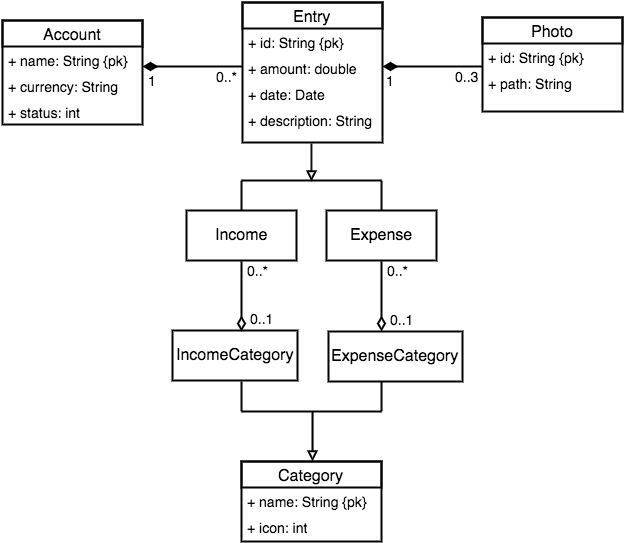
Earlier version of the draw.io export imagenes/class_diagram_mobile.png (susana1710/libro-pasantia). Source tidied: cells renumbered, new cells last; positions are measured from the earlier drawing's top-left corner, leaving out a move shared by most shapes.
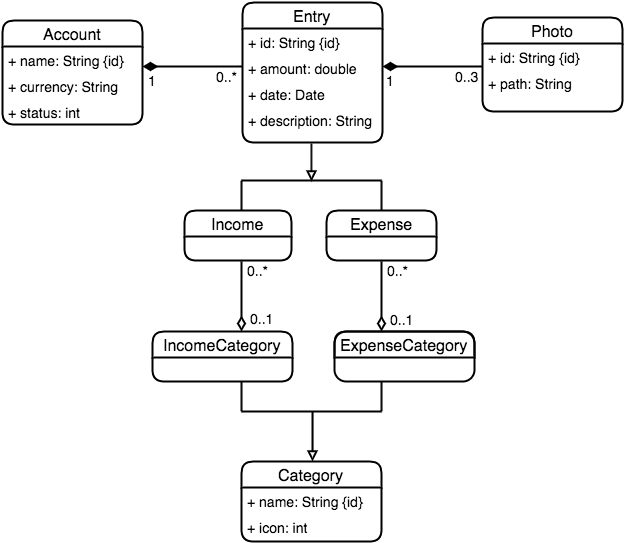
The same file after the commit.

What changed in the source:
```diff
@@ -2,174 +2,174 @@
   <root>
     <mxCell id="0" />
     <mxCell id="1" parent="0" />
-    <mxCell id="2" value="&lt;font style=&quot;font-size: 16px&quot;&gt;Account&lt;/font&gt;" style="swimlane;html=1;fontStyle=0;horizontal=1;startSize=26;swimlaneFillColor=#ffffff;rounded=0;strokeWidth=2;plain-blue;strokeColor=#000000;fillColor=none;" parent="1" vertex="1">
-      <mxGeometry y="18" width="140" height="104" as="geometry" />
+    <mxCell id="2" value="&lt;font style=&quot;font-size: 16px&quot;&gt;Account&lt;/font&gt;" style="swimlane;html=1;fontStyle=0;horizontal=1;startSize=26;swimlaneFillColor=none;rounded=1;strokeWidth=2;plain-blue;strokeColor=#000000;fillColor=none;" parent="1" vertex="1">
+      <mxGeometry x="60" y="19" width="140" height="104" as="geometry" />
     </mxCell>
-    <mxCell id="3" value="&lt;font style=&quot;font-size: 14px&quot;&gt;+ name: String {pk}&lt;/font&gt;" style="text;html=1;strokeColor=none;fillColor=none;align=left;verticalAlign=top;spacingLeft=4;spacingRight=4;whiteSpace=wrap;overflow=hidden;" parent="2" vertex="1">
+    <mxCell id="3" value="&lt;font style=&quot;font-size: 14px&quot;&gt;+ name: String {id}&lt;/font&gt;" style="text;html=1;strokeColor=none;fillColor=none;align=left;verticalAlign=top;spacingLeft=4;spacingRight=4;whiteSpace=wrap;overflow=hidden;" parent="2" vertex="1">
       <mxGeometry y="26" width="140" height="26" as="geometry" />
     </mxCell>
     <mxCell id="4" value="&lt;font style=&quot;font-size: 14px&quot;&gt;+ currency: String&lt;/font&gt;" style="text;html=1;strokeColor=none;fillColor=none;align=left;verticalAlign=top;spacingLeft=4;spacingRight=4;whiteSpace=wrap;overflow=hidden;" parent="2" vertex="1">
       <mxGeometry y="52" width="140" height="26" as="geometry" />
     </mxCell>
+    <mxCell id="39" value="&lt;font style=&quot;font-size: 14px&quot;&gt;+ status: int&lt;/font&gt;" style="text;html=1;strokeColor=none;fillColor=none;align=left;verticalAlign=top;spacingLeft=4;spacingRight=4;whiteSpace=wrap;overflow=hidden;" parent="2" vertex="1">
+      <mxGeometry y="78" width="140" height="26" as="geometry" />
+    </mxCell>
-    <mxCell id="5" value="&lt;font style=&quot;font-size: 14px&quot;&gt;+ status: int&lt;/font&gt;" style="text;html=1;strokeColor=none;fillColor=none;align=left;verticalAlign=top;spacingLeft=4;spacingRight=4;whiteSpace=wrap;overflow=hidden;" parent="2" vertex="1">
-      <mxGeometry y="78" width="140" height="26" as="geometry" />
+    <mxCell id="5" value="&lt;font style=&quot;font-size: 16px&quot;&gt;Entry&lt;/font&gt;" style="swimlane;html=1;fontStyle=0;horizontal=1;startSize=26;swimlaneFillColor=none;rounded=1;strokeWidth=2;plain-blue;strokeColor=#000000;fillColor=none;" parent="1" vertex="1">
+      <mxGeometry x="300" y="1" width="140" height="140" as="geometry" />
     </mxCell>
+    <mxCell id="41" value="&lt;font style=&quot;font-size: 14px&quot;&gt;+ id: String {id}&lt;/font&gt;" style="text;html=1;strokeColor=none;fillColor=none;align=left;verticalAlign=top;spacingLeft=4;spacingRight=4;whiteSpace=wrap;overflow=hidden;" parent="5" vertex="1">
+      <mxGeometry y="26" width="140" height="26" as="geometry" />
+    </mxCell>
-    <mxCell id="6" value="&lt;font style=&quot;font-size: 16px&quot;&gt;Entry&lt;/font&gt;" style="swimlane;html=1;fontStyle=0;horizontal=1;startSize=26;swimlaneFillColor=#ffffff;rounded=0;strokeWidth=2;plain-blue;strokeColor=#000000;fillColor=none;" parent="1" vertex="1">
-      <mxGeometry x="240" width="140" height="140" as="geometry" />
+    <mxCell id="6" value="&lt;font style=&quot;font-size: 14px&quot;&gt;+ amount: double&lt;/font&gt;" style="text;html=1;strokeColor=none;fillColor=none;align=left;verticalAlign=top;spacingLeft=4;spacingRight=4;whiteSpace=wrap;overflow=hidden;" parent="5" vertex="1">
+      <mxGeometry y="52" width="140" height="26" as="geometry" />
     </mxCell>
-    <mxCell id="7" value="&lt;font style=&quot;font-size: 14px&quot;&gt;+ id: String {pk}&lt;/font&gt;" style="text;html=1;strokeColor=none;fillColor=none;align=left;verticalAlign=top;spacingLeft=4;spacingRight=4;whiteSpace=wrap;overflow=hidden;" parent="6" vertex="1">
-      <mxGeometry y="26" width="140" height="26" as="geometry" />
-    </mxCell>
+    <mxCell id="9" value="&lt;font style=&quot;font-size: 14px&quot;&gt;+ date: Date&lt;/font&gt;" style="text;html=1;strokeColor=none;fillColor=none;align=left;verticalAlign=top;spacingLeft=4;spacingRight=4;whiteSpace=wrap;overflow=hidden;" parent="5" vertex="1">
+      <mxGeometry y="78" width="140" height="26" as="geometry" />
+    </mxCell>
-    <mxCell id="8" value="&lt;font style=&quot;font-size: 14px&quot;&gt;+ amount: double&lt;/font&gt;" style="text;html=1;strokeColor=none;fillColor=none;align=left;verticalAlign=top;spacingLeft=4;spacingRight=4;whiteSpace=wrap;overflow=hidden;" parent="6" vertex="1">
-      <mxGeometry y="52" width="140" height="26" as="geometry" />
+    <mxCell id="8" value="&lt;font style=&quot;font-size: 14px&quot;&gt;+ description: String&lt;/font&gt;" style="text;html=1;strokeColor=none;fillColor=none;align=left;verticalAlign=top;spacingLeft=4;spacingRight=4;whiteSpace=wrap;overflow=hidden;" parent="5" vertex="1">
+      <mxGeometry y="104" width="140" height="26" as="geometry" />
     </mxCell>
-    <mxCell id="9" value="&lt;font style=&quot;font-size: 14px&quot;&gt;+ date: Date&lt;/font&gt;" style="text;html=1;strokeColor=none;fillColor=none;align=left;verticalAlign=top;spacingLeft=4;spacingRight=4;whiteSpace=wrap;overflow=hidden;" parent="6" vertex="1">
-      <mxGeometry y="78" width="140" height="26" as="geometry" />
-    </mxCell>
-    <mxCell id="10" value="&lt;font style=&quot;font-size: 14px&quot;&gt;+ description: String&lt;/font&gt;" style="text;html=1;strokeColor=none;fillColor=none;align=left;verticalAlign=top;spacingLeft=4;spacingRight=4;whiteSpace=wrap;overflow=hidden;" parent="6" vertex="1">
-      <mxGeometry y="104" width="140" height="26" as="geometry" />
-    </mxCell>
-    <mxCell id="11" value="&lt;font style=&quot;font-size: 16px&quot;&gt;Income&lt;/font&gt;" style="html=1;rounded=0;strokeWidth=2;plain-blue;strokeColor=#000000;fillColor=none;" parent="1" vertex="1">
-      <mxGeometry x="184" y="208" width="110" height="50" as="geometry" />
+    <mxCell id="11" value="&lt;font style=&quot;font-size: 16px&quot;&gt;Category&lt;/font&gt;" style="swimlane;html=1;fontStyle=0;horizontal=1;startSize=26;swimlaneFillColor=none;rounded=1;strokeWidth=2;plain-blue;strokeColor=#000000;fillColor=none;" parent="1" vertex="1">
+      <mxGeometry x="299" y="460" width="140" height="80" as="geometry" />
     </mxCell>
-    <mxCell id="12" value="&lt;font style=&quot;font-size: 16px&quot;&gt;Expense&lt;/font&gt;" style="html=1;rounded=0;strokeWidth=2;plain-blue;strokeColor=#000000;fillColor=none;" parent="1" vertex="1">
-      <mxGeometry x="324" y="208" width="110" height="50" as="geometry" />
+    <mxCell id="12" value="&lt;font style=&quot;font-size: 14px&quot;&gt;+ name: String {id}&lt;/font&gt;" style="text;html=1;strokeColor=none;fillColor=none;align=left;verticalAlign=top;spacingLeft=4;spacingRight=4;whiteSpace=wrap;overflow=hidden;" parent="11" vertex="1">
+      <mxGeometry y="26" width="140" height="26" as="geometry" />
     </mxCell>
-    <mxCell id="13" value="&lt;font style=&quot;font-size: 16px&quot;&gt;Category&lt;/font&gt;" style="swimlane;html=1;fontStyle=0;horizontal=1;startSize=26;swimlaneFillColor=#ffffff;rounded=0;strokeWidth=2;plain-blue;strokeColor=#000000;fillColor=none;" parent="1" vertex="1">
-      <mxGeometry x="239" y="459" width="140" height="80" as="geometry" />
+    <mxCell id="13" value="&lt;font style=&quot;font-size: 14px&quot;&gt;+ icon: int&lt;/font&gt;" style="text;html=1;strokeColor=none;fillColor=none;align=left;verticalAlign=top;spacingLeft=4;spacingRight=4;whiteSpace=wrap;overflow=hidden;" parent="11" vertex="1">
+      <mxGeometry y="52" width="140" height="26" as="geometry" />
     </mxCell>
-    <mxCell id="14" value="&lt;font style=&quot;font-size: 14px&quot;&gt;+ name: String {pk}&lt;/font&gt;" style="text;html=1;strokeColor=none;fillColor=none;align=left;verticalAlign=top;spacingLeft=4;spacingRight=4;whiteSpace=wrap;overflow=hidden;" parent="13" vertex="1">
-      <mxGeometry y="26" width="140" height="26" as="geometry" />
-    </mxCell>
-    <mxCell id="15" value="&lt;font style=&quot;font-size: 14px&quot;&gt;+ icon: int&lt;/font&gt;" style="text;html=1;strokeColor=none;fillColor=none;align=left;verticalAlign=top;spacingLeft=4;spacingRight=4;whiteSpace=wrap;overflow=hidden;" parent="13" vertex="1">
-      <mxGeometry y="52" width="140" height="26" as="geometry" />
-    </mxCell>
-    <mxCell id="16" value="&lt;font style=&quot;font-size: 16px&quot;&gt;IncomeCategory&lt;/font&gt;" style="html=1;rounded=0;strokeWidth=2;plain-blue;strokeColor=#000000;fillColor=none;" parent="1" vertex="1">
-      <mxGeometry x="170" y="328" width="125" height="50" as="geometry" />
+    <mxCell id="16" value="&lt;font style=&quot;font-size: 16px&quot;&gt;Photo&lt;/font&gt;" style="swimlane;html=1;fontStyle=0;horizontal=1;startSize=26;swimlaneFillColor=none;rounded=1;strokeWidth=2;plain-blue;strokeColor=#000000;fillColor=none;" parent="1" vertex="1">
+      <mxGeometry x="540" y="16" width="140" height="94" as="geometry" />
     </mxCell>
-    <mxCell id="17" value="&lt;font style=&quot;font-size: 16px&quot;&gt;ExpenseCategory&lt;/font&gt;" style="html=1;rounded=0;strokeWidth=2;plain-blue;strokeColor=#000000;fillColor=none;" parent="1" vertex="1">
-      <mxGeometry x="326" y="329" width="134" height="50" as="geometry" />
-    </mxCell>
-    <mxCell id="18" value="&lt;font style=&quot;font-size: 16px&quot;&gt;Photo&lt;/font&gt;" style="swimlane;html=1;fontStyle=0;horizontal=1;startSize=26;swimlaneFillColor=#ffffff;rounded=0;strokeWidth=2;plain-blue;strokeColor=#000000;fillColor=none;" parent="1" vertex="1">
-      <mxGeometry x="480" y="15" width="140" height="94" as="geometry" />
-    </mxCell>
+    <mxCell id="42" value="&lt;font style=&quot;font-size: 14px&quot;&gt;+ id: String {id}&lt;/font&gt;&lt;div&gt;&lt;br&gt;&lt;/div&gt;" style="text;html=1;strokeColor=none;fillColor=none;align=left;verticalAlign=top;spacingLeft=4;spacingRight=4;whiteSpace=wrap;overflow=hidden;" parent="16" vertex="1">
+      <mxGeometry y="26" width="140" height="26" as="geometry" />
+    </mxCell>
+    <mxCell id="43" value="&lt;font style=&quot;font-size: 14px&quot;&gt;+ path: String&lt;/font&gt;&lt;div&gt;&lt;br&gt;&lt;/div&gt;" style="text;html=1;strokeColor=none;fillColor=none;align=left;verticalAlign=top;spacingLeft=4;spacingRight=4;whiteSpace=wrap;overflow=hidden;" parent="16" vertex="1">
+      <mxGeometry y="52" width="140" height="26" as="geometry" />
+    </mxCell>
-    <mxCell id="19" value="&lt;font style=&quot;font-size: 14px&quot;&gt;+ id: String {pk}&lt;/font&gt;&lt;div&gt;&lt;br&gt;&lt;/div&gt;" style="text;html=1;strokeColor=none;fillColor=none;align=left;verticalAlign=top;spacingLeft=4;spacingRight=4;whiteSpace=wrap;overflow=hidden;" parent="18" vertex="1">
-      <mxGeometry y="26" width="140" height="26" as="geometry" />
+    <mxCell id="19" style="endArrow=none;html=1;edgeStyle=orthogonalEdgeStyle;strokeWidth=2;startArrow=diamondThin;startFill=1;startSize=10;" parent="1" edge="1">
+      <mxGeometry relative="1" as="geometry">
+        <mxPoint x="200" y="65" as="sourcePoint" />
+        <mxPoint x="300" y="65" as="targetPoint" />
+      </mxGeometry>
     </mxCell>
-    <mxCell id="20" value="&lt;font style=&quot;font-size: 14px&quot;&gt;+ path: String&lt;/font&gt;&lt;div&gt;&lt;br&gt;&lt;/div&gt;" style="text;html=1;strokeColor=none;fillColor=none;align=left;verticalAlign=top;spacingLeft=4;spacingRight=4;whiteSpace=wrap;overflow=hidden;" parent="18" vertex="1">
-      <mxGeometry y="52" width="140" height="26" as="geometry" />
+    <mxCell id="20" value="1" style="html=1;align=left;verticalAlign=bottom;labelBackgroundColor=#ffffff;fontSize=14;" parent="19" vertex="1">
+      <mxGeometry x="-1" relative="1" as="geometry">
+        <mxPoint x="3" y="24" as="offset" />
+      </mxGeometry>
     </mxCell>
-    <mxCell id="21" style="endArrow=none;html=1;edgeStyle=orthogonalEdgeStyle;strokeWidth=2;startArrow=diamondThin;startFill=1;startSize=10;" parent="1" edge="1">
-      <mxGeometry x="140" y="64" as="geometry">
-        <mxPoint x="140" y="64" as="sourcePoint" />
-        <mxPoint x="240" y="64" as="targetPoint" />
+    <mxCell id="21" value="&lt;font style=&quot;font-size: 14px&quot;&gt;0..*&lt;/font&gt;" style="html=1;align=right;verticalAlign=bottom;labelBackgroundColor=#ffffff;fontSize=12;" parent="19" vertex="1">
+      <mxGeometry x="1" relative="1" as="geometry">
+        <mxPoint x="-3" y="20" as="offset" />
       </mxGeometry>
     </mxCell>
-    <mxCell id="22" value="1" style="html=1;align=left;verticalAlign=bottom;labelBackgroundColor=#ffffff;fontSize=14;" parent="21" vertex="1">
-      <mxGeometry x="-1" relative="1" as="geometry">
-        <mxPoint x="3" y="24" as="offset" />
+    <mxCell id="22" style="endArrow=block;html=1;endFill=0;strokeWidth=2;" parent="1" edge="1">
+      <mxGeometry relative="1" as="geometry">
+        <mxPoint x="369" y="142" as="sourcePoint" />
+        <mxPoint x="369" y="180" as="targetPoint" />
       </mxGeometry>
     </mxCell>
-    <mxCell id="23" value="&lt;font style=&quot;font-size: 14px&quot;&gt;0..*&lt;/font&gt;" style="html=1;align=right;verticalAlign=bottom;labelBackgroundColor=#ffffff;fontSize=12;" parent="21" vertex="1">
-      <mxGeometry x="1" relative="1" as="geometry">
-        <mxPoint x="-3" y="20" as="offset" />
+    <mxCell id="23" style="endArrow=none;html=1;endFill=0;strokeWidth=2;" parent="1" edge="1">
+      <mxGeometry relative="1" as="geometry">
+        <mxPoint x="439" y="179" as="sourcePoint" />
+        <mxPoint x="299" y="179" as="targetPoint" />
       </mxGeometry>
     </mxCell>
-    <mxCell id="24" style="endArrow=block;html=1;endFill=0;strokeWidth=2;" parent="1" edge="1">
-      <mxGeometry x="309" y="141" as="geometry">
-        <mxPoint x="309" y="141" as="sourcePoint" />
-        <mxPoint x="309" y="179" as="targetPoint" />
+    <mxCell id="24" style="endArrow=none;html=1;endFill=0;strokeWidth=2;" parent="1" edge="1">
+      <mxGeometry relative="1" as="geometry">
+        <mxPoint x="299" y="179" as="sourcePoint" />
+        <mxPoint x="299" y="209" as="targetPoint" />
       </mxGeometry>
     </mxCell>
     <mxCell id="25" style="endArrow=none;html=1;endFill=0;strokeWidth=2;" parent="1" edge="1">
-      <mxGeometry x="239" y="178" as="geometry">
-        <mxPoint x="379" y="178" as="sourcePoint" />
-        <mxPoint x="239" y="178" as="targetPoint" />
+      <mxGeometry x="332" y="179" as="geometry">
+        <mxPoint x="439" y="179" as="sourcePoint" />
+        <mxPoint x="439" y="209" as="targetPoint" />
       </mxGeometry>
     </mxCell>
-    <mxCell id="26" style="endArrow=none;html=1;endFill=0;strokeWidth=2;" parent="1" edge="1">
-      <mxGeometry x="239" y="178" as="geometry">
-        <mxPoint x="239" y="178" as="sourcePoint" />
-        <mxPoint x="239" y="208" as="targetPoint" />
+    <mxCell id="26" style="endArrow=none;html=1;entryX=0.5;entryY=1;endFill=0;startArrow=block;startFill=0;strokeWidth=2;" parent="1" edge="1">
+      <mxGeometry x="370" y="410" as="geometry">
+        <mxPoint x="370" y="460" as="sourcePoint" />
+        <mxPoint x="370" y="410" as="targetPoint" />
       </mxGeometry>
     </mxCell>
     <mxCell id="27" style="endArrow=none;html=1;endFill=0;strokeWidth=2;" parent="1" edge="1">
-      <mxGeometry x="272" y="178" as="geometry">
-        <mxPoint x="379" y="178" as="sourcePoint" />
-        <mxPoint x="379" y="208" as="targetPoint" />
+      <mxGeometry x="299" y="410" as="geometry">
+        <mxPoint x="439" y="410" as="sourcePoint" />
+        <mxPoint x="299" y="410" as="targetPoint" />
       </mxGeometry>
     </mxCell>
-    <mxCell id="28" style="endArrow=none;html=1;entryX=0.5;entryY=1;endFill=0;startArrow=block;startFill=0;strokeWidth=2;" parent="1" edge="1">
-      <mxGeometry x="310" y="409" as="geometry">
-        <mxPoint x="310" y="459" as="sourcePoint" />
-        <mxPoint x="310" y="409" as="targetPoint" />
+    <mxCell id="28" style="endArrow=none;html=1;endFill=0;strokeWidth=2;" parent="1" edge="1">
+      <mxGeometry x="299" y="380" as="geometry">
+        <mxPoint x="299" y="380" as="sourcePoint" />
+        <mxPoint x="299" y="410" as="targetPoint" />
       </mxGeometry>
     </mxCell>
     <mxCell id="29" style="endArrow=none;html=1;endFill=0;strokeWidth=2;" parent="1" edge="1">
-      <mxGeometry x="239" y="409" as="geometry">
-        <mxPoint x="379" y="409" as="sourcePoint" />
-        <mxPoint x="239" y="409" as="targetPoint" />
+      <mxGeometry x="332" y="380" as="geometry">
+        <mxPoint x="439" y="380" as="sourcePoint" />
+        <mxPoint x="439" y="410" as="targetPoint" />
       </mxGeometry>
     </mxCell>
-    <mxCell id="30" style="endArrow=none;html=1;endFill=0;strokeWidth=2;" parent="1" edge="1">
-      <mxGeometry x="239" y="379" as="geometry">
-        <mxPoint x="239" y="379" as="sourcePoint" />
-        <mxPoint x="239" y="409" as="targetPoint" />
+    <mxCell id="30" style="endArrow=none;html=1;edgeStyle=orthogonalEdgeStyle;strokeWidth=2;startArrow=diamondThin;startFill=1;startSize=10;" parent="1" edge="1">
+      <mxGeometry x="440" y="65" as="geometry">
+        <mxPoint x="440" y="65" as="sourcePoint" />
+        <mxPoint x="540" y="65" as="targetPoint" />
       </mxGeometry>
     </mxCell>
-    <mxCell id="31" style="endArrow=none;html=1;endFill=0;strokeWidth=2;" parent="1" edge="1">
-      <mxGeometry x="272" y="379" as="geometry">
-        <mxPoint x="379" y="379" as="sourcePoint" />
-        <mxPoint x="379" y="409" as="targetPoint" />
+    <mxCell id="31" value="&lt;font style=&quot;font-size: 14px&quot;&gt;1&lt;/font&gt;" style="html=1;align=left;verticalAlign=bottom;labelBackgroundColor=#ffffff;fontSize=12;" parent="30" vertex="1">
+      <mxGeometry x="-1" relative="1" as="geometry">
+        <mxPoint x="1" y="24" as="offset" />
       </mxGeometry>
     </mxCell>
-    <mxCell id="32" style="endArrow=none;html=1;edgeStyle=orthogonalEdgeStyle;strokeWidth=2;startArrow=diamondThin;startFill=1;startSize=10;" parent="1" edge="1">
-      <mxGeometry x="380" y="64" as="geometry">
-        <mxPoint x="380" y="64" as="sourcePoint" />
-        <mxPoint x="480" y="64" as="targetPoint" />
+    <mxCell id="32" value="&lt;font style=&quot;font-size: 14px&quot;&gt;0..3&lt;/font&gt;" style="html=1;align=right;verticalAlign=bottom;labelBackgroundColor=#ffffff;fontSize=12;" parent="30" vertex="1">
+      <mxGeometry x="1" relative="1" as="geometry">
+        <mxPoint x="-2" y="20" as="offset" />
       </mxGeometry>
     </mxCell>
-    <mxCell id="33" value="&lt;font style=&quot;font-size: 14px&quot;&gt;1&lt;/font&gt;" style="html=1;align=left;verticalAlign=bottom;labelBackgroundColor=#ffffff;fontSize=12;" parent="32" vertex="1">
-      <mxGeometry x="-1" relative="1" as="geometry">
-        <mxPoint x="1" y="24" as="offset" />
+    <mxCell id="33" style="endArrow=none;html=1;edgeStyle=orthogonalEdgeStyle;strokeWidth=2;startArrow=diamondThin;startFill=0;startSize=10;" parent="1" edge="1">
+      <mxGeometry x="439" y="360" as="geometry">
+        <mxPoint x="439" y="330" as="sourcePoint" />
+        <mxPoint x="439" y="260" as="targetPoint" />
       </mxGeometry>
     </mxCell>
-    <mxCell id="34" value="&lt;font style=&quot;font-size: 14px&quot;&gt;0..3&lt;/font&gt;" style="html=1;align=right;verticalAlign=bottom;labelBackgroundColor=#ffffff;fontSize=12;" parent="32" vertex="1">
-      <mxGeometry x="1" relative="1" as="geometry">
-        <mxPoint x="-2" y="20" as="offset" />
+    <mxCell id="34" value="0..1" style="html=1;align=left;verticalAlign=bottom;labelBackgroundColor=#ffffff;fontSize=14;" parent="33" vertex="1">
+      <mxGeometry x="-1" relative="1" as="geometry">
+        <mxPoint x="6" y="-2" as="offset" />
       </mxGeometry>
     </mxCell>
-    <mxCell id="35" style="endArrow=none;html=1;edgeStyle=orthogonalEdgeStyle;strokeWidth=2;startArrow=diamondThin;startFill=0;startSize=10;" parent="1" edge="1">
-      <mxGeometry x="379" y="359" as="geometry">
-        <mxPoint x="379" y="329" as="sourcePoint" />
-        <mxPoint x="379" y="259" as="targetPoint" />
+    <mxCell id="35" value="0..*" style="html=1;align=right;verticalAlign=bottom;labelBackgroundColor=#ffffff;fontSize=14;" parent="33" vertex="1">
+      <mxGeometry x="1" relative="1" as="geometry">
+        <mxPoint x="29" y="19" as="offset" />
       </mxGeometry>
     </mxCell>
+    <mxCell id="40" style="endArrow=none;html=1;edgeStyle=orthogonalEdgeStyle;strokeWidth=2;startArrow=diamondThin;startFill=0;startSize=10;endFill=0;" parent="1" edge="1">
+      <mxGeometry x="299" y="360" as="geometry">
+        <mxPoint x="299" y="330" as="sourcePoint" />
+        <mxPoint x="299" y="260" as="targetPoint" />
+      </mxGeometry>
+    </mxCell>
-    <mxCell id="36" value="0..1" style="html=1;align=left;verticalAlign=bottom;labelBackgroundColor=#ffffff;fontSize=14;" parent="35" vertex="1">
+    <mxCell id="36" value="0..1" style="html=1;align=left;verticalAlign=bottom;labelBackgroundColor=#ffffff;fontSize=14;" parent="40" vertex="1">
       <mxGeometry x="-1" relative="1" as="geometry">
-        <mxPoint x="6" y="-2" as="offset" />
+        <mxPoint x="6" y="-3" as="offset" />
       </mxGeometry>
     </mxCell>
-    <mxCell id="37" value="0..*" style="html=1;align=right;verticalAlign=bottom;labelBackgroundColor=#ffffff;fontSize=14;" parent="35" vertex="1">
+    <mxCell id="37" value="0..*" style="html=1;align=right;verticalAlign=bottom;labelBackgroundColor=#ffffff;fontSize=14;" parent="40" vertex="1">
       <mxGeometry x="1" relative="1" as="geometry">
         <mxPoint x="29" y="19" as="offset" />
       </mxGeometry>
     </mxCell>
-    <mxCell id="38" style="endArrow=none;html=1;edgeStyle=orthogonalEdgeStyle;strokeWidth=2;startArrow=diamondThin;startFill=0;startSize=10;endFill=0;" parent="1" edge="1">
-      <mxGeometry x="239" y="359" as="geometry">
-        <mxPoint x="239" y="329" as="sourcePoint" />
-        <mxPoint x="239" y="259" as="targetPoint" />
-      </mxGeometry>
-    </mxCell>
-    <mxCell id="39" value="0..1" style="html=1;align=left;verticalAlign=bottom;labelBackgroundColor=#ffffff;fontSize=14;" parent="38" vertex="1">
-      <mxGeometry x="-1" relative="1" as="geometry">
-        <mxPoint x="6" y="-3" as="offset" />
-      </mxGeometry>
-    </mxCell>
-    <mxCell id="40" value="0..*" style="html=1;align=right;verticalAlign=bottom;labelBackgroundColor=#ffffff;fontSize=14;" parent="38" vertex="1">
-      <mxGeometry x="1" relative="1" as="geometry">
-        <mxPoint x="29" y="19" as="offset" />
-      </mxGeometry>
-    </mxCell>
+    <mxCell id="44" value="&lt;font style=&quot;font-size: 16px&quot;&gt;Income&lt;/font&gt;" style="swimlane;html=1;fontStyle=0;horizontal=1;startSize=26;swimlaneFillColor=none;rounded=1;strokeWidth=2;plain-blue;strokeColor=#000000;fillColor=none;" parent="1" vertex="1">
+      <mxGeometry x="242" y="209" width="107" height="50" as="geometry" />
+    </mxCell>
+    <mxCell id="45" value="&lt;font style=&quot;font-size: 16px&quot;&gt;Expense&lt;/font&gt;" style="swimlane;html=1;fontStyle=0;horizontal=1;startSize=26;swimlaneFillColor=none;rounded=1;strokeWidth=2;plain-blue;strokeColor=#000000;fillColor=none;" parent="1" vertex="1">
+      <mxGeometry x="384" y="209" width="110" height="50" as="geometry" />
+    </mxCell>
+    <mxCell id="17" value="&lt;font style=&quot;font-size: 16px&quot;&gt;ExpenseCategory&lt;/font&gt;" style="swimlane;html=1;fontStyle=0;horizontal=1;startSize=26;swimlaneFillColor=#ffffff;rounded=1;strokeWidth=2;plain-blue;strokeColor=#000000;fillColor=none;" parent="1" vertex="1">
+      <mxGeometry x="392" y="330" width="140" height="50" as="geometry" />
+    </mxCell>
+    <mxCell id="46" value="&lt;font style=&quot;font-size: 16px&quot;&gt;IncomeCategory&lt;/font&gt;" style="swimlane;html=1;fontStyle=0;horizontal=1;startSize=26;swimlaneFillColor=none;rounded=1;strokeWidth=2;plain-blue;strokeColor=#000000;fillColor=none;" parent="1" vertex="1">
+      <mxGeometry x="210" y="330" width="140" height="50" as="geometry" />
+    </mxCell>
   </root>
 </mxGraphModel>
```
